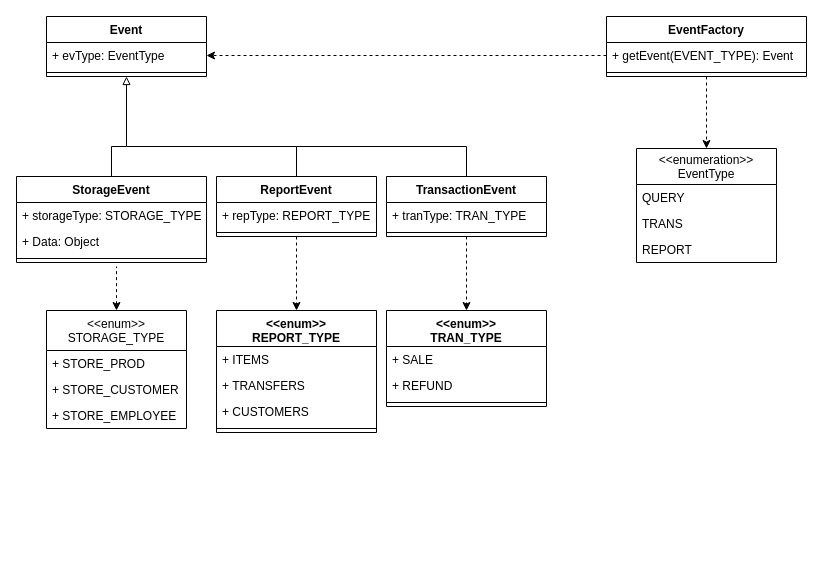
Above: Events uml.drawio in John-Ad/prg2-group-project (draw.io), before the change. Source tidied: cells renumbered, new cells numbered last; positions are measured from the earlier drawing's top-left corner, leaving out a move shared by most shapes. Both pictures are drawn from the tidied source at 100%, with x=0, y=0 at pixel (16, 16).
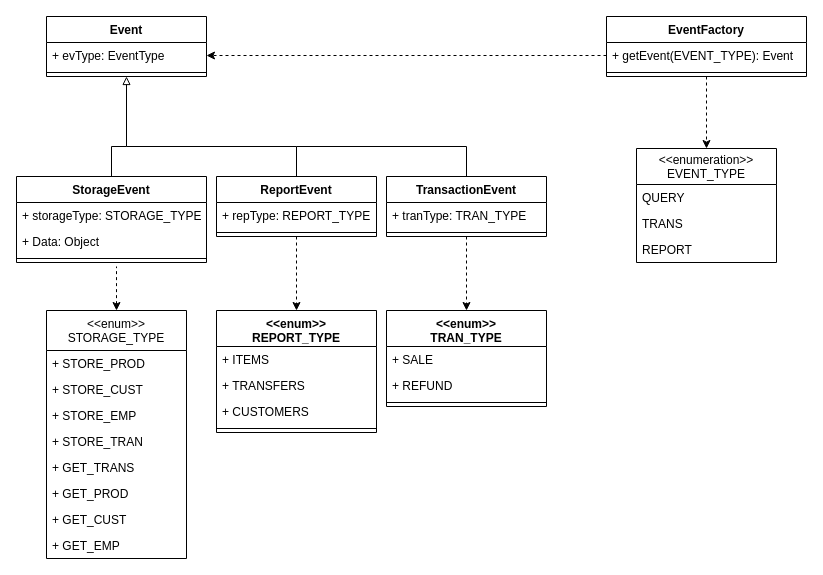
The same page after the edit.

Diff of the diagram source:
```diff
@@
     <mxCell id="6" value="&lt;&lt;enum&gt;&gt;&#10;STORAGE_TYPE" style="swimlane;fontStyle=0;horizontal=1;startSize=40;fillColor=none;" parent="1" vertex="1">
-      <mxGeometry x="30" y="294" width="140" height="118" as="geometry" />
+      <mxGeometry x="30" y="294" width="140" height="248" as="geometry" />
     </mxCell>
@@
-    <mxCell id="8" value="+ STORE_CUSTOMER" style="text;strokeColor=none;fillColor=none;align=left;verticalAlign=top;spacingLeft=4;spacingRight=4;overflow=hidden;" parent="6" vertex="1">
+    <mxCell id="8" value="+ STORE_CUST" style="text;strokeColor=none;fillColor=none;align=left;verticalAlign=top;spacingLeft=4;spacingRight=4;overflow=hidden;" parent="6" vertex="1">
       <mxGeometry y="66" width="140" height="26" as="geometry" />
     </mxCell>
-    <mxCell id="9" value="+ STORE_EMPLOYEE" style="text;strokeColor=none;fillColor=none;align=left;verticalAlign=top;spacingLeft=4;spacingRight=4;overflow=hidden;" parent="6" vertex="1">
+    <mxCell id="9" value="+ STORE_EMP" style="text;strokeColor=none;fillColor=none;align=left;verticalAlign=top;spacingLeft=4;spacingRight=4;overflow=hidden;" parent="6" vertex="1">
       <mxGeometry y="92" width="140" height="26" as="geometry" />
     </mxCell>
+    <mxCell id="43" value="+ STORE_TRAN" style="text;strokeColor=none;fillColor=none;align=left;verticalAlign=top;spacingLeft=4;spacingRight=4;overflow=hidden;" parent="6" vertex="1">
+      <mxGeometry y="118" width="140" height="26" as="geometry" />
+    </mxCell>
+    <mxCell id="44" value="+ GET_TRANS" style="text;strokeColor=none;fillColor=none;align=left;verticalAlign=top;spacingLeft=4;spacingRight=4;overflow=hidden;" parent="6" vertex="1">
+      <mxGeometry y="144" width="140" height="26" as="geometry" />
+    </mxCell>
+    <mxCell id="45" value="+ GET_PROD" style="text;strokeColor=none;fillColor=none;align=left;verticalAlign=top;spacingLeft=4;spacingRight=4;overflow=hidden;" parent="6" vertex="1">
+      <mxGeometry y="170" width="140" height="26" as="geometry" />
+    </mxCell>
+    <mxCell id="46" value="+ GET_CUST" style="text;strokeColor=none;fillColor=none;align=left;verticalAlign=top;spacingLeft=4;spacingRight=4;overflow=hidden;" parent="6" vertex="1">
+      <mxGeometry y="196" width="140" height="26" as="geometry" />
+    </mxCell>
+    <mxCell id="47" value="+ GET_EMP" style="text;strokeColor=none;fillColor=none;align=left;verticalAlign=top;spacingLeft=4;spacingRight=4;overflow=hidden;" parent="6" vertex="1">
+      <mxGeometry y="222" width="140" height="26" as="geometry" />
+    </mxCell>
-    <mxCell id="10" value="&lt;&lt;enumeration&gt;&gt;&#10;EventType" style="swimlane;fontStyle=0;horizontal=1;startSize=36;fillColor=none;" parent="1" vertex="1">
+    <mxCell id="10" value="&lt;&lt;enumeration&gt;&gt;&#10;EVENT_TYPE" style="swimlane;fontStyle=0;horizontal=1;startSize=36;fillColor=none;" parent="1" vertex="1">
       <mxGeometry x="620" y="132" width="140" height="114" as="geometry" />
     </mxCell>
```
